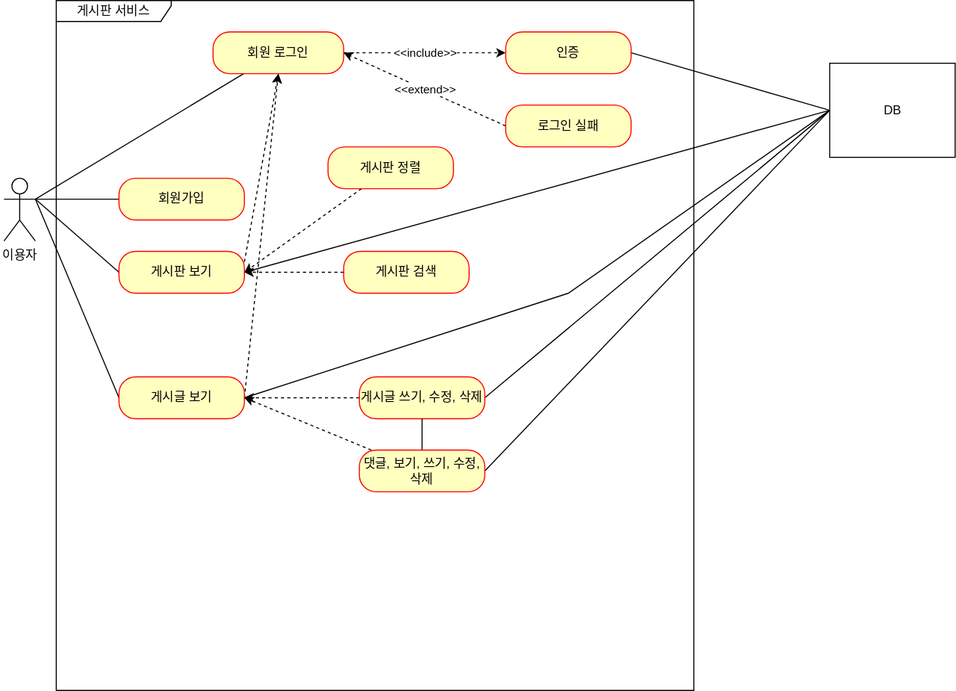
Above: document/use-case.svg in GGHDMS/board-project (draw.io), before the change. Source tidied: cells renumbered, new cells last; positions are measured from the earlier drawing's top-left corner, leaving out a move shared by most shapes.
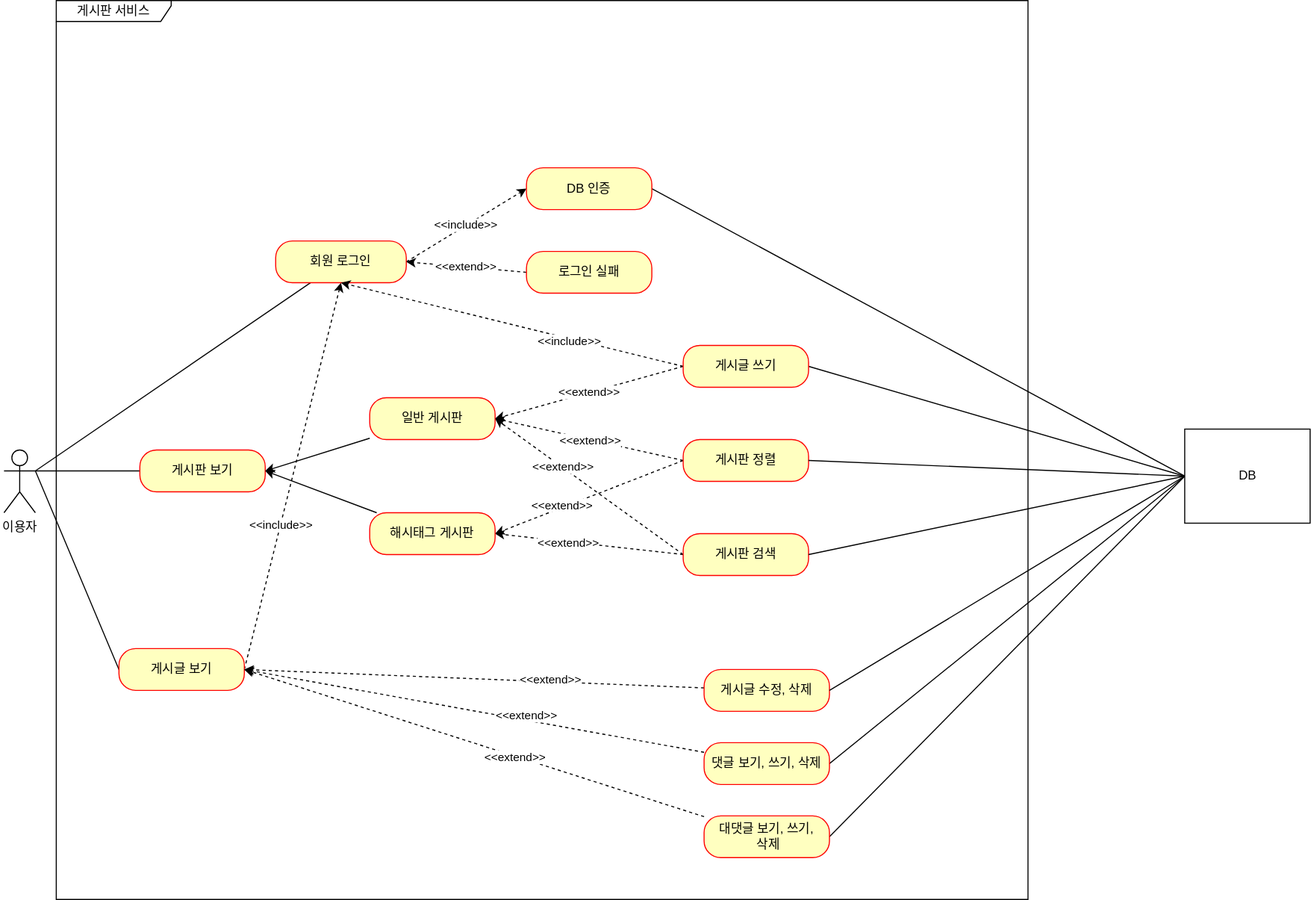
After the change.

Commit message:
#57 - usecase 현재 서비스에 맞춰 업데이트

Change to the diagram source:
```diff
@@ -6,25 +6,16 @@
       <mxGeometry y="170" width="30" height="60" as="geometry" />
     </mxCell>
     <mxCell id="3" value="게시판 서비스" style="shape=umlFrame;whiteSpace=wrap;html=1;width=110;height=20;" parent="1" vertex="1">
-      <mxGeometry x="50" width="610" height="660" as="geometry" />
+      <mxGeometry x="50" y="-260" width="930" height="860" as="geometry" />
     </mxCell>
-    <mxCell id="4" style="rounded=0;jettySize=auto;html=1;entryX=1;entryY=0.3333333333333333;entryDx=0;entryDy=0;entryPerimeter=0;endArrow=none;endFill=0;" parent="1" edge="1" source="5" target="2">
-      <mxGeometry relative="1" as="geometry" />
-    </mxCell>
-    <mxCell id="5" value="회원가입" style="rounded=1;whiteSpace=wrap;html=1;arcSize=40;fontColor=#000000;fillColor=#ffffc0;strokeColor=#ff0000;" parent="1" vertex="1">
-      <mxGeometry x="110" y="170" width="120" height="40" as="geometry" />
-    </mxCell>
     <mxCell id="6" style="edgeStyle=none;rounded=0;jettySize=auto;html=1;entryX=1;entryY=0.3333333333333333;entryDx=0;entryDy=0;entryPerimeter=0;endArrow=none;endFill=0;exitX=0;exitY=0.5;exitDx=0;exitDy=0;" parent="1" edge="1" source="9" target="2">
       <mxGeometry relative="1" as="geometry" />
     </mxCell>
-    <mxCell id="7" style="edgeStyle=none;rounded=0;jettySize=auto;html=1;entryX=0.5;entryY=1;entryDx=0;entryDy=0;dashed=1;endArrow=classic;endFill=1;exitX=1;exitY=0.25;exitDx=0;exitDy=0;" parent="1" edge="1" source="9" target="16">
-      <mxGeometry relative="1" as="geometry" />
-    </mxCell>
-    <mxCell id="8" style="edgeStyle=none;rounded=0;jettySize=auto;html=1;entryX=0;entryY=0.5;entryDx=0;entryDy=0;endArrow=none;endFill=0;exitX=1;exitY=0.5;exitDx=0;exitDy=0;" parent="1" edge="1" source="9" target="32">
+    <mxCell id="8" style="edgeStyle=none;rounded=0;jettySize=auto;html=1;entryX=0;entryY=0.5;entryDx=0;entryDy=0;endArrow=none;endFill=0;exitX=1;exitY=0.5;exitDx=0;exitDy=0;" parent="1" edge="1" source="56" target="32">
       <mxGeometry relative="1" as="geometry" />
     </mxCell>
     <mxCell id="9" value="게시판 보기" style="rounded=1;whiteSpace=wrap;html=1;arcSize=40;fontColor=#000000;fillColor=#ffffc0;strokeColor=#ff0000;" parent="1" vertex="1">
-      <mxGeometry x="110" y="240" width="120" height="40" as="geometry" />
+      <mxGeometry x="130" y="170" width="120" height="40" as="geometry" />
     </mxCell>
     <mxCell id="10" style="edgeStyle=none;rounded=0;jettySize=auto;html=1;entryX=1;entryY=0.3333333333333333;entryDx=0;entryDy=0;entryPerimeter=0;endArrow=none;endFill=0;exitX=0;exitY=0.5;exitDx=0;exitDy=0;" parent="1" edge="1" source="13" target="2">
       <mxGeometry relative="1" as="geometry" />
@@ -32,78 +23,148 @@
     <mxCell id="11" style="edgeStyle=none;rounded=0;jettySize=auto;html=1;entryX=0.5;entryY=1;entryDx=0;entryDy=0;dashed=1;endArrow=classic;endFill=1;exitX=1;exitY=0.5;exitDx=0;exitDy=0;" parent="1" edge="1" source="13" target="16">
       <mxGeometry relative="1" as="geometry" />
     </mxCell>
-    <mxCell id="12" style="edgeStyle=none;rounded=0;jettySize=auto;html=1;entryX=0;entryY=0.5;entryDx=0;entryDy=0;endArrow=none;endFill=0;exitX=1;exitY=0.5;exitDx=0;exitDy=0;" parent="1" edge="1" source="13" target="32">
-      <mxGeometry relative="1" as="geometry">
-        <Array as="points">
-          <mxPoint x="540" y="280" />
-        </Array>
-      </mxGeometry>
-    </mxCell>
+    <mxCell id="33" value="&amp;lt;&amp;lt;include&amp;gt;&amp;gt;" style="edgeLabel;html=1;align=center;verticalAlign=middle;" parent="11" vertex="1">
+      <mxGeometry x="-0.24" y="-3" relative="1" as="geometry">
+        <mxPoint x="-4" y="1" as="offset" />
+      </mxGeometry>
+    </mxCell>
     <mxCell id="13" value="게시글 보기" style="rounded=1;whiteSpace=wrap;html=1;arcSize=40;fontColor=#000000;fillColor=#ffffc0;strokeColor=#ff0000;" parent="1" vertex="1">
       <mxGeometry x="110" y="360" width="120" height="40" as="geometry" />
     </mxCell>
     <mxCell id="14" style="edgeStyle=none;rounded=0;jettySize=auto;html=1;entryX=1;entryY=0.3333333333333333;entryDx=0;entryDy=0;entryPerimeter=0;endArrow=none;endFill=0;" parent="1" edge="1" source="16" target="2">
       <mxGeometry relative="1" as="geometry" />
     </mxCell>
-    <mxCell id="15" value="&amp;lt;&amp;lt;include&amp;gt;&amp;gt;&lt;br&gt;" style="edgeStyle=none;rounded=0;jettySize=auto;html=1;entryX=0;entryY=0.5;entryDx=0;entryDy=0;endArrow=classic;endFill=1;dashed=1;" parent="1" edge="1" source="16" target="18">
-      <mxGeometry relative="1" as="geometry">
-        <Array as="points">
-          <mxPoint x="370" y="50" />
-        </Array>
-      </mxGeometry>
+    <mxCell id="15" value="&amp;lt;&amp;lt;include&amp;gt;&amp;gt;&lt;br&gt;" style="edgeStyle=none;rounded=0;jettySize=auto;html=1;entryX=0;entryY=0.5;entryDx=0;entryDy=0;endArrow=classic;endFill=1;dashed=1;exitX=1;exitY=0.5;exitDx=0;exitDy=0;" parent="1" edge="1" source="16" target="18">
+      <mxGeometry relative="1" as="geometry" />
     </mxCell>
     <mxCell id="16" value="회원 로그인" style="rounded=1;whiteSpace=wrap;html=1;arcSize=40;fontColor=#000000;fillColor=#ffffc0;strokeColor=#ff0000;" parent="1" vertex="1">
-      <mxGeometry x="200" y="30" width="125" height="40" as="geometry" />
+      <mxGeometry x="260" y="-30" width="125" height="40" as="geometry" />
     </mxCell>
     <mxCell id="17" style="edgeStyle=none;rounded=0;jettySize=auto;html=1;endArrow=none;endFill=0;entryX=0;entryY=0.5;entryDx=0;entryDy=0;exitX=1;exitY=0.5;exitDx=0;exitDy=0;" parent="1" edge="1" source="18" target="32">
       <mxGeometry relative="1" as="geometry" />
     </mxCell>
-    <mxCell id="18" value="인증" style="rounded=1;whiteSpace=wrap;html=1;arcSize=40;fontColor=#000000;fillColor=#ffffc0;strokeColor=#ff0000;" parent="1" vertex="1">
-      <mxGeometry x="480" y="30" width="120" height="40" as="geometry" />
+    <mxCell id="18" value="DB 인증" style="rounded=1;whiteSpace=wrap;html=1;arcSize=40;fontColor=#000000;fillColor=#ffffc0;strokeColor=#ff0000;" parent="1" vertex="1">
+      <mxGeometry x="500" y="-100" width="120" height="40" as="geometry" />
     </mxCell>
     <mxCell id="19" value="&amp;lt;&amp;lt;extend&amp;gt;&amp;gt;" style="rounded=0;jettySize=auto;html=1;entryX=1;entryY=0.5;entryDx=0;entryDy=0;endArrow=classic;endFill=1;dashed=1;exitX=0;exitY=0.5;exitDx=0;exitDy=0;" parent="1" edge="1" source="20" target="16">
       <mxGeometry relative="1" as="geometry" />
     </mxCell>
     <mxCell id="20" value="로그인 실패" style="rounded=1;whiteSpace=wrap;html=1;arcSize=40;fontColor=#000000;fillColor=#ffffc0;strokeColor=#ff0000;" parent="1" vertex="1">
-      <mxGeometry x="480" y="100" width="120" height="40" as="geometry" />
+      <mxGeometry x="500" y="-20" width="120" height="40" as="geometry" />
     </mxCell>
-    <mxCell id="21" style="edgeStyle=none;rounded=0;jettySize=auto;html=1;dashed=1;endArrow=classic;endFill=1;" parent="1" edge="1" source="22">
+    <mxCell id="21" style="edgeStyle=none;rounded=0;jettySize=auto;html=1;dashed=1;endArrow=classic;endFill=1;exitX=0;exitY=0.5;exitDx=0;exitDy=0;" parent="1" edge="1" source="22">
       <mxGeometry relative="1" as="geometry">
-        <mxPoint x="230" y="260" as="targetPoint" />
+        <mxPoint x="470" y="140" as="targetPoint" />
+        <Array as="points">
+          <mxPoint x="470" y="140" />
+        </Array>
       </mxGeometry>
     </mxCell>
+    <mxCell id="34" value="&amp;lt;&amp;lt;extend&amp;gt;&amp;gt;" style="edgeLabel;html=1;align=center;verticalAlign=middle;" parent="21" vertex="1">
+      <mxGeometry x="-0.17" y="2" relative="1" as="geometry">
+        <mxPoint x="-14" y="-5" as="offset" />
+      </mxGeometry>
+    </mxCell>
+    <mxCell id="35" style="edgeStyle=none;rounded=0;jettySize=auto;html=1;entryX=1;entryY=0.5;entryDx=0;entryDy=0;dashed=1;exitX=0;exitY=0.5;exitDx=0;exitDy=0;" parent="1" edge="1" source="22" target="49">
+      <mxGeometry relative="1" as="geometry" />
+    </mxCell>
+    <mxCell id="36" value="&amp;lt;&amp;lt;extend&amp;gt;&amp;gt;" style="edgeLabel;html=1;align=center;verticalAlign=middle;" parent="35" vertex="1">
+      <mxGeometry x="0.28" y="-3" relative="1" as="geometry" />
+    </mxCell>
     <mxCell id="22" value="게시판 정렬" style="rounded=1;whiteSpace=wrap;html=1;arcSize=40;fontColor=#000000;fillColor=#ffffc0;strokeColor=#ff0000;" parent="1" vertex="1">
-      <mxGeometry x="310" y="140" width="120" height="40" as="geometry" />
+      <mxGeometry x="650" y="160" width="120" height="40" as="geometry" />
     </mxCell>
-    <mxCell id="23" style="edgeStyle=none;rounded=0;jettySize=auto;html=1;entryX=1;entryY=0.5;entryDx=0;entryDy=0;dashed=1;endArrow=classic;endFill=1;" parent="1" edge="1" source="24" target="9">
+    <mxCell id="23" style="edgeStyle=none;rounded=0;jettySize=auto;html=1;dashed=1;endArrow=classic;endFill=1;entryX=1;entryY=0.5;entryDx=0;entryDy=0;exitX=0;exitY=0.5;exitDx=0;exitDy=0;" parent="1" edge="1" source="24" target="47">
       <mxGeometry relative="1" as="geometry" />
     </mxCell>
+    <mxCell id="37" value="&amp;lt;&amp;lt;extend&amp;gt;&amp;gt;" style="edgeLabel;html=1;align=center;verticalAlign=middle;" parent="23" vertex="1">
+      <mxGeometry x="0.29" y="-1" relative="1" as="geometry" />
+    </mxCell>
+    <mxCell id="38" style="edgeStyle=none;rounded=0;jettySize=auto;html=1;entryX=1;entryY=0.5;entryDx=0;entryDy=0;dashed=1;exitX=0;exitY=0.5;exitDx=0;exitDy=0;" parent="1" edge="1" source="24" target="49">
+      <mxGeometry relative="1" as="geometry">
+        <Array as="points">
+          <mxPoint x="560" y="260" />
+        </Array>
+      </mxGeometry>
+    </mxCell>
+    <mxCell id="39" value="&amp;lt;&amp;lt;extend&amp;gt;&amp;gt;" style="edgeLabel;html=1;align=center;verticalAlign=middle;" parent="38" vertex="1">
+      <mxGeometry x="0.22" y="1" relative="1" as="geometry" />
+    </mxCell>
     <mxCell id="24" value="게시판 검색" style="rounded=1;whiteSpace=wrap;html=1;arcSize=40;fontColor=#000000;fillColor=#ffffc0;strokeColor=#ff0000;" parent="1" vertex="1">
-      <mxGeometry x="325" y="240" width="120" height="40" as="geometry" />
+      <mxGeometry x="650" y="250" width="120" height="40" as="geometry" />
     </mxCell>
     <mxCell id="25" style="edgeStyle=none;rounded=0;jettySize=auto;html=1;entryX=1;entryY=0.5;entryDx=0;entryDy=0;dashed=1;endArrow=classic;endFill=1;" parent="1" edge="1" source="27" target="13">
       <mxGeometry relative="1" as="geometry" />
     </mxCell>
-    <mxCell id="26" style="edgeStyle=none;rounded=0;jettySize=auto;html=1;entryX=0;entryY=0.5;entryDx=0;entryDy=0;endArrow=none;endFill=0;exitX=1;exitY=0.5;exitDx=0;exitDy=0;" parent="1" edge="1" source="27" target="32">
-      <mxGeometry relative="1" as="geometry" />
-    </mxCell>
+    <mxCell id="40" value="&amp;lt;&amp;lt;extend&amp;gt;&amp;gt;" style="edgeLabel;html=1;align=center;verticalAlign=middle;" parent="25" vertex="1">
+      <mxGeometry x="-0.33" y="-2" relative="1" as="geometry" />
+    </mxCell>
-    <mxCell id="27" value="게시글 쓰기, 수정, 삭제" style="rounded=1;whiteSpace=wrap;html=1;arcSize=40;fontColor=#000000;fillColor=#ffffc0;strokeColor=#ff0000;" parent="1" vertex="1">
-      <mxGeometry x="340" y="360" width="120" height="40" as="geometry" />
+    <mxCell id="27" value="게시글 수정, 삭제" style="rounded=1;whiteSpace=wrap;html=1;arcSize=40;fontColor=#000000;fillColor=#ffffc0;strokeColor=#ff0000;" parent="1" vertex="1">
+      <mxGeometry x="670" y="380" width="120" height="40" as="geometry" />
     </mxCell>
     <mxCell id="28" style="edgeStyle=none;rounded=0;jettySize=auto;html=1;entryX=1;entryY=0.5;entryDx=0;entryDy=0;dashed=1;endArrow=classic;endFill=1;" parent="1" edge="1" source="31" target="13">
       <mxGeometry relative="1" as="geometry" />
     </mxCell>
-    <mxCell id="29" style="edgeStyle=none;rounded=0;jettySize=auto;html=1;endArrow=none;endFill=0;" parent="1" edge="1" source="31" target="27">
-      <mxGeometry relative="1" as="geometry" />
-    </mxCell>
+    <mxCell id="41" value="&amp;lt;&amp;lt;extend&amp;gt;&amp;gt;" style="edgeLabel;html=1;align=center;verticalAlign=middle;" parent="28" vertex="1">
+      <mxGeometry x="-0.34" y="-1" relative="1" as="geometry">
+        <mxPoint x="-25" y="-8" as="offset" />
+      </mxGeometry>
+    </mxCell>
     <mxCell id="30" style="edgeStyle=none;rounded=0;jettySize=auto;html=1;entryX=0;entryY=0.5;entryDx=0;entryDy=0;endArrow=none;endFill=0;exitX=1;exitY=0.5;exitDx=0;exitDy=0;" parent="1" edge="1" source="31" target="32">
       <mxGeometry relative="1" as="geometry" />
     </mxCell>
-    <mxCell id="31" value="댓글, 보기, 쓰기, 수정, 삭제" style="rounded=1;whiteSpace=wrap;html=1;arcSize=40;fontColor=#000000;fillColor=#ffffc0;strokeColor=#ff0000;" parent="1" vertex="1">
-      <mxGeometry x="340" y="430" width="120" height="40" as="geometry" />
+    <mxCell id="31" value="댓글 보기, 쓰기, 삭제" style="rounded=1;whiteSpace=wrap;html=1;arcSize=40;fontColor=#000000;fillColor=#ffffc0;strokeColor=#ff0000;" parent="1" vertex="1">
+      <mxGeometry x="670" y="450" width="120" height="40" as="geometry" />
     </mxCell>
+    <mxCell id="42" style="edgeStyle=none;rounded=0;jettySize=auto;html=1;entryX=1;entryY=0.5;entryDx=0;entryDy=0;exitX=0;exitY=0.5;exitDx=0;exitDy=0;endArrow=none;endFill=0;" parent="1" edge="1" source="32" target="22">
+      <mxGeometry relative="1" as="geometry" />
+    </mxCell>
+    <mxCell id="43" style="edgeStyle=none;rounded=0;jettySize=auto;html=1;entryX=1;entryY=0.5;entryDx=0;entryDy=0;endArrow=none;endFill=0;exitX=0;exitY=0.5;exitDx=0;exitDy=0;" parent="1" edge="1" source="32" target="24">
+      <mxGeometry relative="1" as="geometry" />
+    </mxCell>
+    <mxCell id="44" style="edgeStyle=none;rounded=0;jettySize=auto;html=1;entryX=1;entryY=0.5;entryDx=0;entryDy=0;endArrow=none;endFill=0;exitX=0;exitY=0.5;exitDx=0;exitDy=0;" parent="1" edge="1" source="32" target="27">
+      <mxGeometry relative="1" as="geometry" />
+    </mxCell>
+    <mxCell id="45" style="edgeStyle=none;rounded=0;jettySize=auto;html=1;exitX=0;exitY=0.5;exitDx=0;exitDy=0;entryX=1;entryY=0.5;entryDx=0;entryDy=0;endArrow=none;endFill=0;" parent="1" edge="1" source="32" target="52">
+      <mxGeometry relative="1" as="geometry" />
+    </mxCell>
     <mxCell id="32" value="DB" style="html=1;" parent="1" vertex="1">
-      <mxGeometry x="790" y="60" width="120" height="90" as="geometry" />
+      <mxGeometry x="1130" y="150" width="120" height="90" as="geometry" />
     </mxCell>
+    <mxCell id="46" style="edgeStyle=none;rounded=0;jettySize=auto;html=1;entryX=1;entryY=0.5;entryDx=0;entryDy=0;" parent="1" edge="1" source="47" target="9">
+      <mxGeometry relative="1" as="geometry" />
+    </mxCell>
+    <mxCell id="47" value="일반 게시판" style="rounded=1;whiteSpace=wrap;html=1;arcSize=40;fontColor=#000000;fillColor=#ffffc0;strokeColor=#ff0000;" parent="1" vertex="1">
+      <mxGeometry x="350" y="120" width="120" height="40" as="geometry" />
+    </mxCell>
+    <mxCell id="48" style="edgeStyle=none;rounded=0;jettySize=auto;html=1;entryX=1;entryY=0.5;entryDx=0;entryDy=0;" parent="1" edge="1" source="49" target="9">
+      <mxGeometry relative="1" as="geometry" />
+    </mxCell>
+    <mxCell id="49" value="해시태그 게시판" style="rounded=1;whiteSpace=wrap;html=1;arcSize=40;fontColor=#000000;fillColor=#ffffc0;strokeColor=#ff0000;" parent="1" vertex="1">
+      <mxGeometry x="350" y="230" width="120" height="40" as="geometry" />
+    </mxCell>
+    <mxCell id="50" style="rounded=0;jettySize=auto;html=1;entryX=1;entryY=0.5;entryDx=0;entryDy=0;dashed=1;" parent="1" edge="1" source="52" target="13">
+      <mxGeometry relative="1" as="geometry" />
+    </mxCell>
+    <mxCell id="51" value="&amp;lt;&amp;lt;extend&amp;gt;&amp;gt;" style="edgeLabel;html=1;align=center;verticalAlign=middle;" parent="50" vertex="1">
+      <mxGeometry x="-0.32" y="-1" relative="1" as="geometry">
+        <mxPoint x="-33" y="-9" as="offset" />
+      </mxGeometry>
+    </mxCell>
+    <mxCell id="52" value="대댓글 보기, 쓰기,&lt;br&gt;&amp;nbsp;삭제" style="rounded=1;whiteSpace=wrap;html=1;arcSize=40;fontColor=#000000;fillColor=#ffffc0;strokeColor=#ff0000;" parent="1" vertex="1">
+      <mxGeometry x="670" y="520" width="120" height="40" as="geometry" />
+    </mxCell>
+    <mxCell id="53" style="edgeStyle=none;rounded=0;jettySize=auto;html=1;entryX=0.5;entryY=1;entryDx=0;entryDy=0;dashed=1;exitX=0;exitY=0.5;exitDx=0;exitDy=0;" parent="1" edge="1" source="56" target="16">
+      <mxGeometry relative="1" as="geometry" />
+    </mxCell>
+    <mxCell id="54" value="&amp;lt;&amp;lt;include&amp;gt;&amp;gt;" style="edgeLabel;html=1;align=center;verticalAlign=middle;" parent="53" vertex="1">
+      <mxGeometry x="-0.33" y="2" relative="1" as="geometry" />
+    </mxCell>
+    <mxCell id="55" value="&lt;span style=&quot;color: rgb(0, 0, 0); font-family: Helvetica; font-size: 11px; font-style: normal; font-variant-ligatures: normal; font-variant-caps: normal; font-weight: 400; letter-spacing: normal; orphans: 2; text-align: center; text-indent: 0px; text-transform: none; widows: 2; word-spacing: 0px; -webkit-text-stroke-width: 0px; background-color: rgb(255, 255, 255); text-decoration-thickness: initial; text-decoration-style: initial; text-decoration-color: initial; float: none; display: inline !important;&quot;&gt;&amp;lt;&amp;lt;extend&amp;gt;&amp;gt;&lt;/span&gt;" style="edgeStyle=none;rounded=0;jettySize=auto;html=1;entryX=1;entryY=0.5;entryDx=0;entryDy=0;dashed=1;exitX=0;exitY=0.5;exitDx=0;exitDy=0;" parent="1" edge="1" source="56" target="47">
+      <mxGeometry relative="1" as="geometry" />
+    </mxCell>
+    <mxCell id="56" value="게시글 쓰기" style="rounded=1;whiteSpace=wrap;html=1;arcSize=40;fontColor=#000000;fillColor=#ffffc0;strokeColor=#ff0000;" parent="1" vertex="1">
+      <mxGeometry x="650" y="70" width="120" height="40" as="geometry" />
+    </mxCell>
   </root>
 </mxGraphModel>
```
